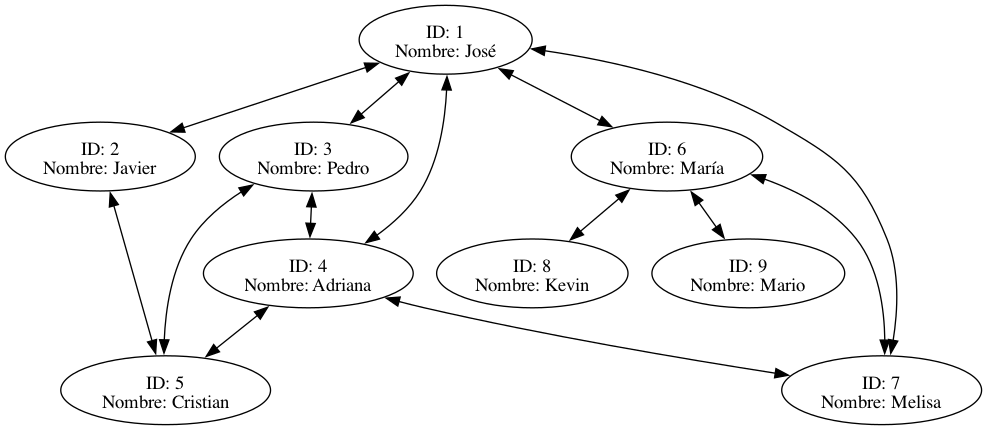
Earlier version of the Graphviz export fase3/usuarios/reportes/grafo.png (Ggi0/-EDD-Proyecto_202100229). Its source is kept beside it as fase3/usuarios/reportes/grafo.dot.
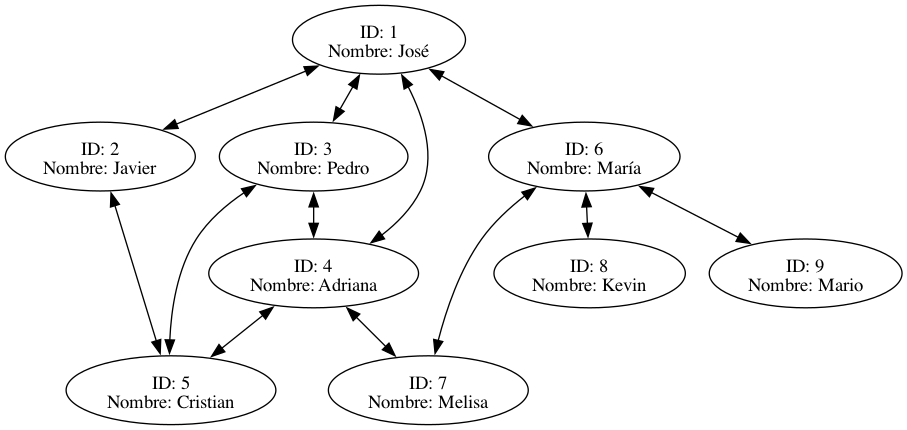
After the change.

Change to the diagram source:
```diff
@@ -4,7 +4,6 @@
 Nodo1->Nodo3[dir = both];
 Nodo1->Nodo4[dir = both];
 Nodo1->Nodo6[dir = both];
-Nodo1->Nodo7[dir = both];
 Nodo2 [label = "ID: 2\nNombre: Javier"];
 Nodo2->Nodo5[dir = both];
 Nodo3 [label = "ID: 3\nNombre: Pedro"];
```
